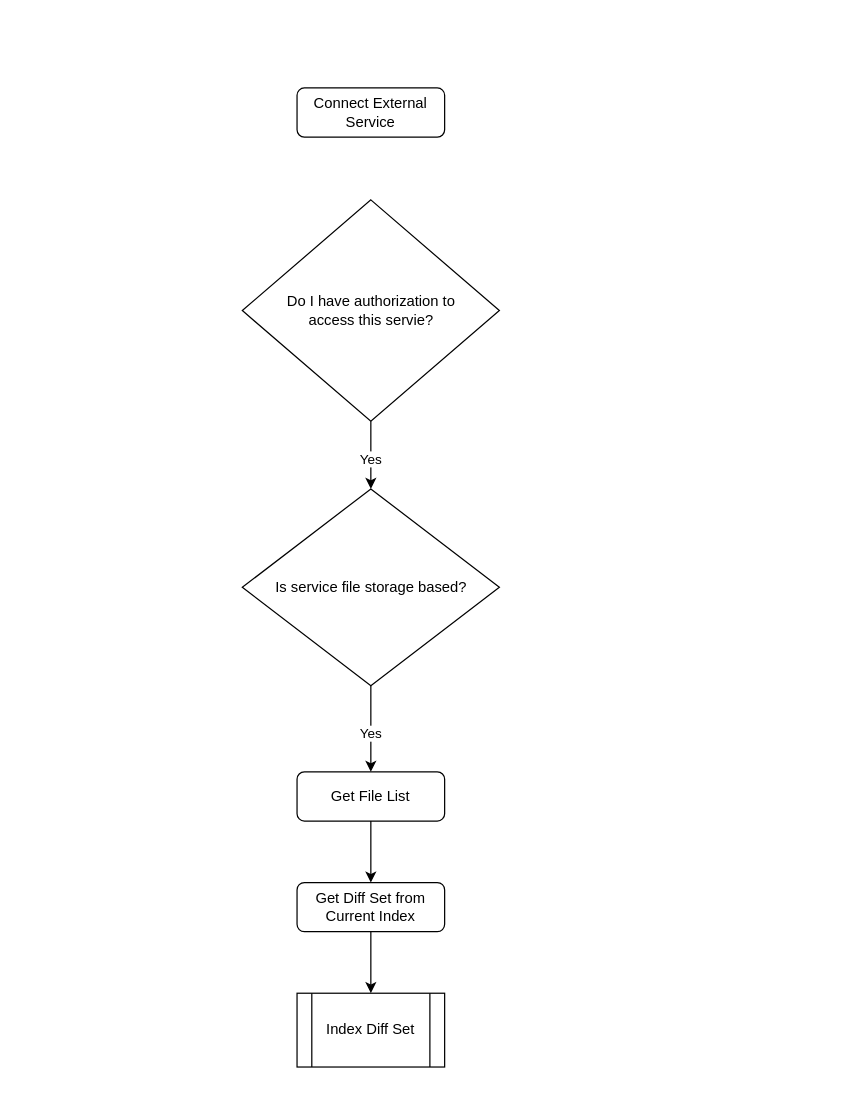
The draw.io diagram Untitled Diagram.drawio in amanrai/substrate, before the edit. Source tidied: cells renumbered, new cells numbered last; positions are measured from the earlier drawing's top-left corner, leaving out a move shared by most shapes. Both pictures are drawn from the tidied source at 123%, with x=0, y=0 at pixel (242, 87).
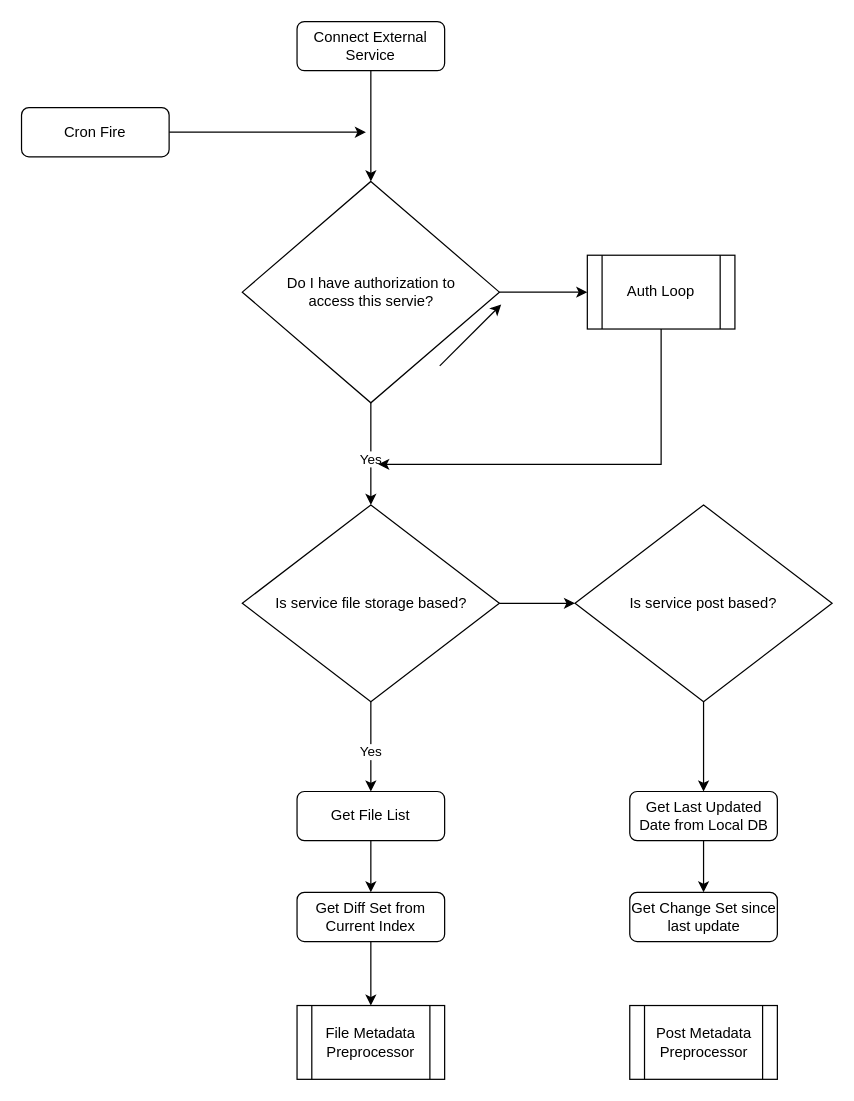
Above is the later version.

What changed in the source:
```diff
@@
     <mxCell id="2" value="Connect External Service" style="rounded=1;whiteSpace=wrap;html=1;fontSize=12;glass=0;strokeWidth=1;shadow=0;" parent="1" vertex="1">
-      <mxGeometry x="44" width="120" height="40" as="geometry" />
+      <mxGeometry x="44" y="-54" width="120" height="40" as="geometry" />
     </mxCell>
     <mxCell id="3" value="Is service file storage based?" style="rhombus;whiteSpace=wrap;html=1;" parent="1" vertex="1">
-      <mxGeometry x="-0.5" y="326" width="209" height="160" as="geometry" />
+      <mxGeometry x="-0.5" y="339" width="209" height="160" as="geometry" />
     </mxCell>
     <mxCell id="4" value="Get File List" style="rounded=1;whiteSpace=wrap;html=1;fontSize=12;glass=0;strokeWidth=1;shadow=0;" parent="1" vertex="1">
-      <mxGeometry x="44" y="556" width="120" height="40" as="geometry" />
+      <mxGeometry x="44" y="572" width="120" height="40" as="geometry" />
     </mxCell>
@@
     <mxCell id="7" value="Get Diff Set from Current Index" style="rounded=1;whiteSpace=wrap;html=1;fontSize=12;glass=0;strokeWidth=1;shadow=0;" parent="1" vertex="1">
-      <mxGeometry x="44" y="646" width="120" height="40" as="geometry" />
+      <mxGeometry x="44" y="654" width="120" height="40" as="geometry" />
     </mxCell>
     <mxCell id="8" value="Do I have authorization to &lt;br&gt;access this servie?" style="rhombus;whiteSpace=wrap;html=1;" parent="1" vertex="1">
-      <mxGeometry x="-0.5" y="91" width="209" height="180" as="geometry" />
+      <mxGeometry x="-0.5" y="76" width="209" height="180" as="geometry" />
     </mxCell>
@@
-    <mxCell id="12" value="Index Diff Set" style="shape=process;whiteSpace=wrap;html=1;backgroundOutline=1;" parent="1" vertex="1">
-      <mxGeometry x="44" y="736" width="120" height="60" as="geometry" />
+    <mxCell id="12" value="File Metadata Preprocessor" style="shape=process;whiteSpace=wrap;html=1;backgroundOutline=1;" parent="1" vertex="1">
+      <mxGeometry x="44" y="746" width="120" height="60" as="geometry" />
     </mxCell>
@@
+    <mxCell id="14" style="endArrow=classic;html=1;rounded=0;exitX=0.5;exitY=1;exitDx=0;exitDy=0;entryX=0.5;entryY=0;entryDx=0;entryDy=0;" parent="1" edge="1" source="2" target="8">
+      <mxGeometry relative="1" as="geometry" />
+    </mxCell>
+    <mxCell id="15" value="Auth Loop" style="shape=process;whiteSpace=wrap;html=1;backgroundOutline=1;" parent="1" vertex="1">
+      <mxGeometry x="280" y="136" width="120" height="60" as="geometry" />
+    </mxCell>
+    <mxCell id="16" style="endArrow=classic;html=1;rounded=0;entryX=0;entryY=0.5;entryDx=0;entryDy=0;exitX=1;exitY=0.5;exitDx=0;exitDy=0;" parent="1" edge="1" source="8" target="15">
+      <mxGeometry relative="1" as="geometry" />
+    </mxCell>
+    <mxCell id="17" style="endArrow=classic;html=1;rounded=0;exitX=0.5;exitY=1;exitDx=0;exitDy=0;" parent="1" edge="1" source="15">
+      <mxGeometry relative="1" as="geometry">
+        <mxPoint x="110" y="306" as="targetPoint" />
+        <Array as="points">
+          <mxPoint x="340" y="306" />
+        </Array>
+      </mxGeometry>
+    </mxCell>
+    <mxCell id="18" value="Is service post based?" style="rhombus;whiteSpace=wrap;html=1;" parent="1" vertex="1">
+      <mxGeometry x="270" y="339" width="209" height="160" as="geometry" />
+    </mxCell>
+    <mxCell id="19" style="endArrow=classic;html=1;rounded=0;exitX=1;exitY=0.5;exitDx=0;exitDy=0;entryX=0;entryY=0.5;entryDx=0;entryDy=0;" parent="1" edge="1" source="3" target="18">
+      <mxGeometry relative="1" as="geometry" />
+    </mxCell>
+    <mxCell id="20" value="Get Last Updated Date from Local DB" style="rounded=1;whiteSpace=wrap;html=1;fontSize=12;glass=0;strokeWidth=1;shadow=0;" parent="1" vertex="1">
+      <mxGeometry x="314.5" y="572" width="120" height="40" as="geometry" />
+    </mxCell>
+    <mxCell id="21" style="edgeStyle=orthogonalEdgeStyle;rounded=0;jettySize=auto;html=1;exitX=1;exitY=0.5;exitDx=0;exitDy=0;" parent="1" edge="1" source="22">
+      <mxGeometry relative="1" as="geometry">
+        <mxPoint x="100" y="36" as="targetPoint" />
+      </mxGeometry>
+    </mxCell>
+    <mxCell id="22" value="Cron Fire" style="rounded=1;whiteSpace=wrap;html=1;fontSize=12;glass=0;strokeWidth=1;shadow=0;" parent="1" vertex="1">
+      <mxGeometry x="-180" y="16" width="120" height="40" as="geometry" />
+    </mxCell>
+    <mxCell id="23" style="endArrow=classic;html=1;rounded=0;" parent="1" edge="1">
+      <mxGeometry relative="1" as="geometry">
+        <mxPoint x="160" y="226" as="sourcePoint" />
+        <mxPoint x="210" y="176" as="targetPoint" />
+      </mxGeometry>
+    </mxCell>
+    <mxCell id="24" value="Get Change Set since last update" style="rounded=1;whiteSpace=wrap;html=1;fontSize=12;glass=0;strokeWidth=1;shadow=0;" parent="1" vertex="1">
+      <mxGeometry x="314.5" y="654" width="120" height="40" as="geometry" />
+    </mxCell>
+    <mxCell id="25" style="endArrow=classic;html=1;rounded=0;exitX=0.5;exitY=1;exitDx=0;exitDy=0;entryX=0.5;entryY=0;entryDx=0;entryDy=0;" parent="1" edge="1" source="18" target="20">
+      <mxGeometry relative="1" as="geometry" />
+    </mxCell>
+    <mxCell id="26" value="Post Metadata Preprocessor" style="shape=process;whiteSpace=wrap;html=1;backgroundOutline=1;" parent="1" vertex="1">
+      <mxGeometry x="314.5" y="746" width="120" height="60" as="geometry" />
+    </mxCell>
+    <mxCell id="27" style="endArrow=classic;html=1;rounded=0;exitX=0.5;exitY=1;exitDx=0;exitDy=0;" parent="1" edge="1" source="20" target="24">
+      <mxGeometry relative="1" as="geometry" />
+    </mxCell>
```
